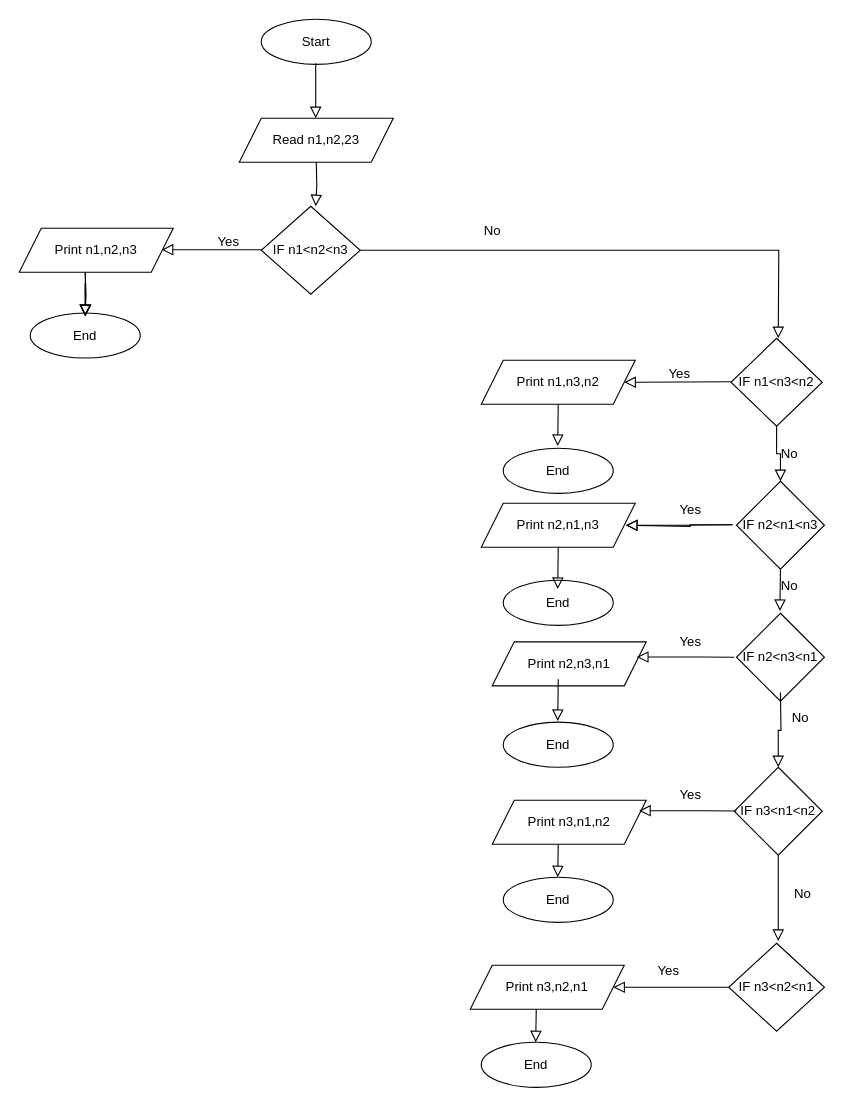
Before: Untitled Diagram.drawio in mumugisha/Alphonse_Nkubito, a draw.io diagram. Source tidied: cells renumbered, new cells numbered last; positions are measured from the earlier drawing's top-left corner, leaving out a move shared by most shapes. Both pictures are drawn from the tidied source at 110%, with x=0, y=0 at pixel (19, 19).
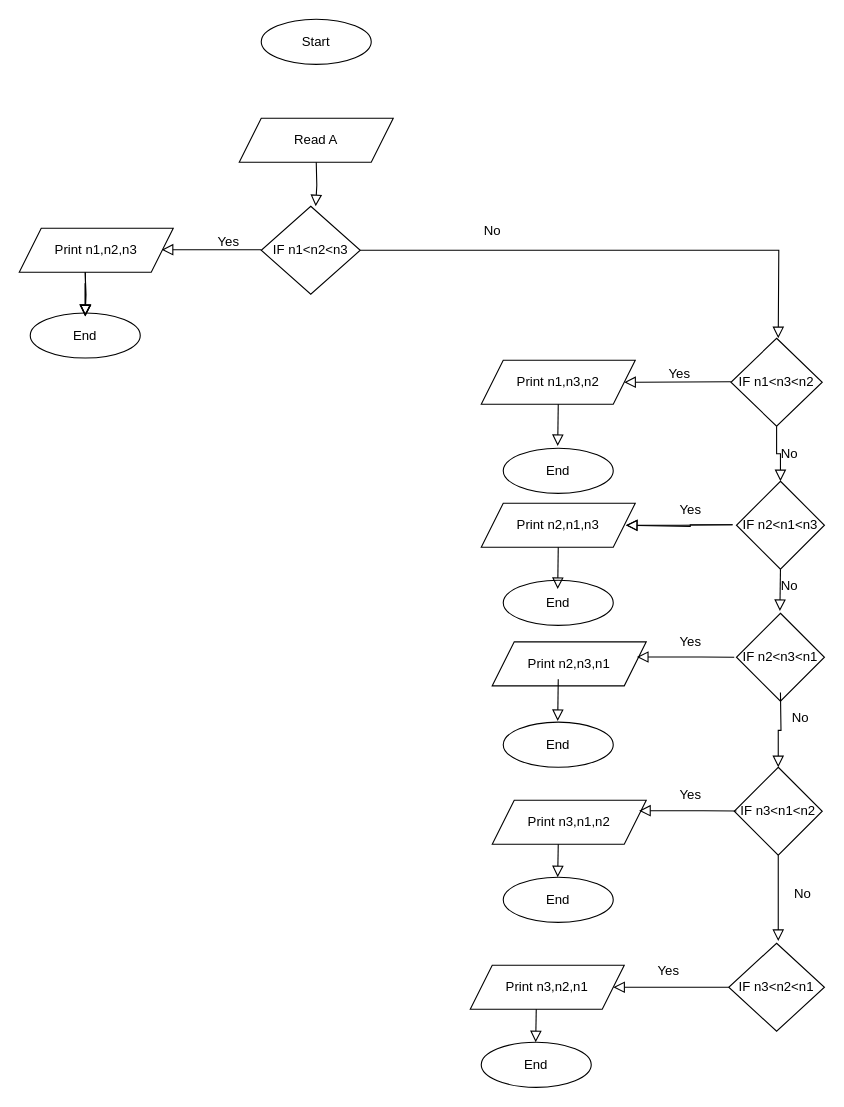
The same page after the edit.

What changed in the source:
```diff
@@
-    <mxCell id="3" style="rounded=0;html=1;jettySize=auto;orthogonalLoop=1;fontSize=11;endArrow=block;endFill=0;endSize=8;strokeWidth=1;shadow=0;labelBackgroundColor=none;edgeStyle=orthogonalEdgeStyle;" parent="1" edge="1">
-      <mxGeometry relative="1" as="geometry">
-        <mxPoint x="269.5" y="40" as="sourcePoint" />
-        <mxPoint x="269.5" y="90" as="targetPoint" />
-      </mxGeometry>
-    </mxCell>
-    <mxCell id="4" value="Read n1,n2,23" style="shape=parallelogram;perimeter=parallelogramPerimeter;whiteSpace=wrap;html=1;fixedSize=1;" parent="1" vertex="1">
+    <mxCell id="4" value="Read A" style="shape=parallelogram;perimeter=parallelogramPerimeter;whiteSpace=wrap;html=1;fixedSize=1;" parent="1" vertex="1">
       <mxGeometry x="200" y="90" width="140" height="40" as="geometry" />
     </mxCell>
```
